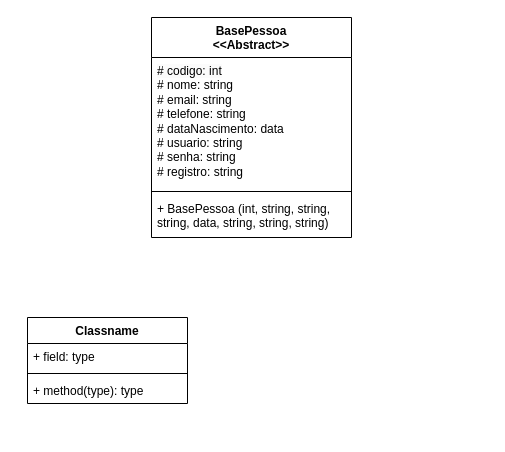
Before: Diagrama_Atv04.drawio in ketlenvivis/AulaLoo, a draw.io diagram. Source tidied: cells renumbered, new cells numbered last; positions are measured from the earlier drawing's top-left corner, leaving out a move shared by most shapes. Both pictures are drawn from the tidied source at 100%, with x=0, y=0 at pixel (27, 17).
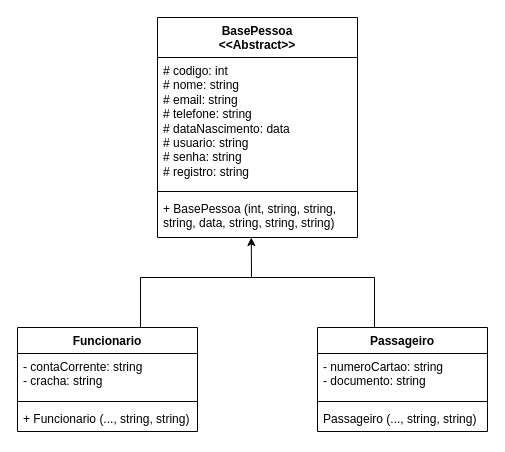
The same page after the edit.

Diff of the diagram source:
```diff
@@
 <mxGraphModel>
   <root>
     <mxCell id="0" />
     <mxCell id="1" parent="0" />
     <mxCell id="2" value="BasePessoa&lt;br&gt;&amp;lt;&amp;lt;Abstract&amp;gt;&amp;gt;" style="swimlane;fontStyle=1;align=center;verticalAlign=top;horizontal=1;startSize=40;whiteSpace=wrap;html=1;" parent="1" vertex="1">
-      <mxGeometry x="124" width="200" height="220" as="geometry" />
+      <mxGeometry x="130" width="200" height="220" as="geometry" />
     </mxCell>
     <mxCell id="3" value="&lt;span style=&quot;color: rgb(0, 0, 0); font-family: Helvetica; font-size: 12px; font-style: normal; font-variant-ligatures: normal; font-variant-caps: normal; font-weight: 400; letter-spacing: normal; orphans: 2; text-align: left; text-indent: 0px; text-transform: none; widows: 2; word-spacing: 0px; -webkit-text-stroke-width: 0px; background-color: rgb(251, 251, 251); text-decoration-thickness: initial; text-decoration-style: initial; text-decoration-color: initial; float: none; display: inline !important;&quot;&gt;# codigo: int&lt;br&gt;&lt;/span&gt;# nome: string&lt;br&gt;# email: string&lt;br&gt;# telefone: string&lt;br&gt;# dataNascimento: data&lt;br&gt;# usuario: string&lt;br&gt;# senha: string&lt;br&gt;# registro: string" style="text;strokeColor=none;fillColor=none;align=left;verticalAlign=top;spacingLeft=4;spacingRight=4;overflow=hidden;whiteSpace=wrap;html=1;" parent="2" vertex="1">
       <mxGeometry y="40" width="200" height="130" as="geometry" />
     </mxCell>
     <mxCell id="4" style="line;strokeWidth=1;fillColor=none;align=left;verticalAlign=middle;spacingTop=-1;spacingLeft=3;spacingRight=3;labelPosition=right;strokeColor=inherit;" parent="2" vertex="1">
       <mxGeometry y="170" width="200" height="8" as="geometry" />
     </mxCell>
     <mxCell id="5" value="+ BasePessoa (int, string, string, string, data, string, string, string)" style="text;strokeColor=none;fillColor=none;align=left;verticalAlign=top;spacingLeft=4;spacingRight=4;overflow=hidden;whiteSpace=wrap;html=1;" parent="2" vertex="1">
       <mxGeometry y="178" width="200" height="42" as="geometry" />
     </mxCell>
-    <mxCell id="6" value="Classname" style="swimlane;fontStyle=1;align=center;verticalAlign=top;horizontal=1;startSize=26;whiteSpace=wrap;html=1;" parent="1" vertex="1">
-      <mxGeometry y="300" width="160" height="86" as="geometry" />
+    <mxCell id="6" value="Funcionario" style="swimlane;fontStyle=1;align=center;verticalAlign=top;horizontal=1;startSize=26;whiteSpace=wrap;html=1;" parent="1" vertex="1">
+      <mxGeometry x="-10" y="310" width="180" height="104" as="geometry" />
     </mxCell>
-    <mxCell id="7" value="+ field: type" style="text;strokeColor=none;fillColor=none;align=left;verticalAlign=top;spacingLeft=4;spacingRight=4;overflow=hidden;whiteSpace=wrap;html=1;" parent="6" vertex="1">
-      <mxGeometry y="26" width="160" height="26" as="geometry" />
+    <mxCell id="7" value="- contaCorrente: string&lt;br&gt;- cracha: string" style="text;strokeColor=none;fillColor=none;align=left;verticalAlign=top;spacingLeft=4;spacingRight=4;overflow=hidden;whiteSpace=wrap;html=1;" parent="6" vertex="1">
+      <mxGeometry y="26" width="180" height="44" as="geometry" />
     </mxCell>
     <mxCell id="8" style="line;strokeWidth=1;fillColor=none;align=left;verticalAlign=middle;spacingTop=-1;spacingLeft=3;spacingRight=3;labelPosition=right;strokeColor=inherit;" parent="6" vertex="1">
-      <mxGeometry y="52" width="160" height="8" as="geometry" />
+      <mxGeometry y="70" width="180" height="8" as="geometry" />
     </mxCell>
-    <mxCell id="9" value="+ method(type): type" style="text;strokeColor=none;fillColor=none;align=left;verticalAlign=top;spacingLeft=4;spacingRight=4;overflow=hidden;whiteSpace=wrap;html=1;" parent="6" vertex="1">
-      <mxGeometry y="60" width="160" height="26" as="geometry" />
+    <mxCell id="9" value="+ Funcionario (..., string, string)" style="text;strokeColor=none;fillColor=none;align=left;verticalAlign=top;spacingLeft=4;spacingRight=4;overflow=hidden;whiteSpace=wrap;html=1;" parent="6" vertex="1">
+      <mxGeometry y="78" width="180" height="26" as="geometry" />
     </mxCell>
+    <mxCell id="10" value="Passageiro" style="swimlane;fontStyle=1;align=center;verticalAlign=top;horizontal=1;startSize=26;whiteSpace=wrap;html=1;" parent="1" vertex="1">
+      <mxGeometry x="290" y="310" width="170" height="104" as="geometry" />
+    </mxCell>
+    <mxCell id="11" value="- numeroCartao: string&lt;br&gt;- documento: string" style="text;strokeColor=none;fillColor=none;align=left;verticalAlign=top;spacingLeft=4;spacingRight=4;overflow=hidden;whiteSpace=wrap;html=1;" parent="10" vertex="1">
+      <mxGeometry y="26" width="170" height="44" as="geometry" />
+    </mxCell>
+    <mxCell id="12" style="line;strokeWidth=1;fillColor=none;align=left;verticalAlign=middle;spacingTop=-1;spacingLeft=3;spacingRight=3;labelPosition=right;strokeColor=inherit;" parent="10" vertex="1">
+      <mxGeometry y="70" width="170" height="8" as="geometry" />
+    </mxCell>
+    <mxCell id="13" value="Passageiro (..., string, string)" style="text;strokeColor=none;fillColor=none;align=left;verticalAlign=top;spacingLeft=4;spacingRight=4;overflow=hidden;whiteSpace=wrap;html=1;" parent="10" vertex="1">
+      <mxGeometry y="78" width="170" height="26" as="geometry" />
+    </mxCell>
+    <mxCell id="14" style="strokeWidth=1;html=1;shape=mxgraph.flowchart.annotation_1;align=left;direction=south;" parent="1" vertex="1">
+      <mxGeometry x="113" y="260" width="234" height="50" as="geometry" />
+    </mxCell>
+    <mxCell id="15" style="edgeStyle=orthogonalEdgeStyle;rounded=0;orthogonalLoop=1;jettySize=auto;html=1;" parent="1" edge="1">
+      <mxGeometry relative="1" as="geometry">
+        <mxPoint x="224" y="250" as="sourcePoint" />
+        <mxPoint x="223.8" y="220" as="targetPoint" />
+        <Array as="points">
+          <mxPoint x="224" y="260" />
+          <mxPoint x="224" y="260" />
+        </Array>
+      </mxGeometry>
+    </mxCell>
   </root>
 </mxGraphModel>
```
